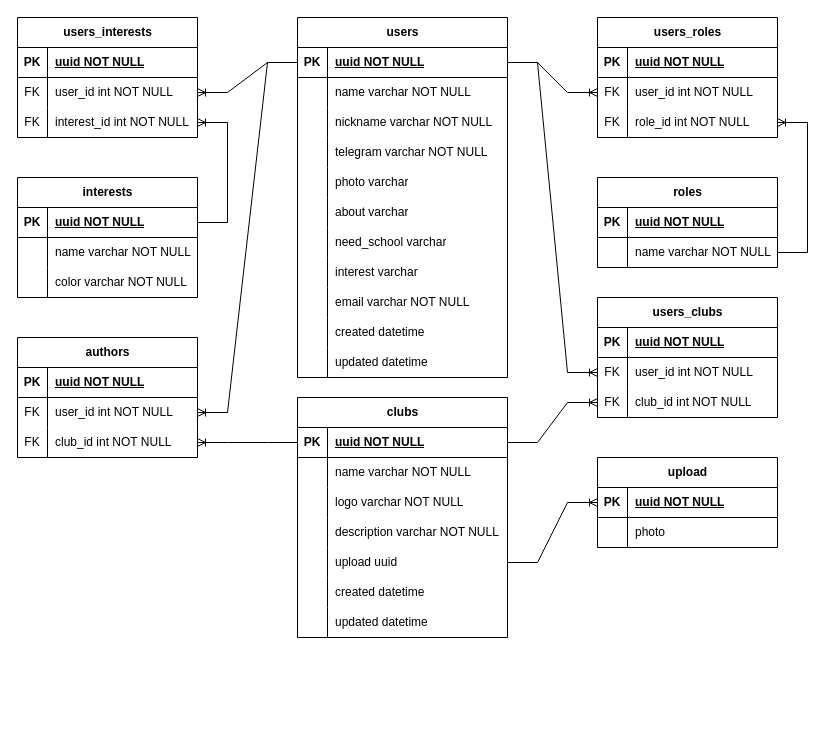
Before: Диаграмма без названия.drawio in mrsemyon/clubs, a draw.io diagram. Source tidied: cells renumbered, new cells numbered last; positions are measured from the earlier drawing's top-left corner, leaving out a move shared by most shapes. Both pictures are drawn from the tidied source at 100%, with x=0, y=0 at pixel (17, 17).
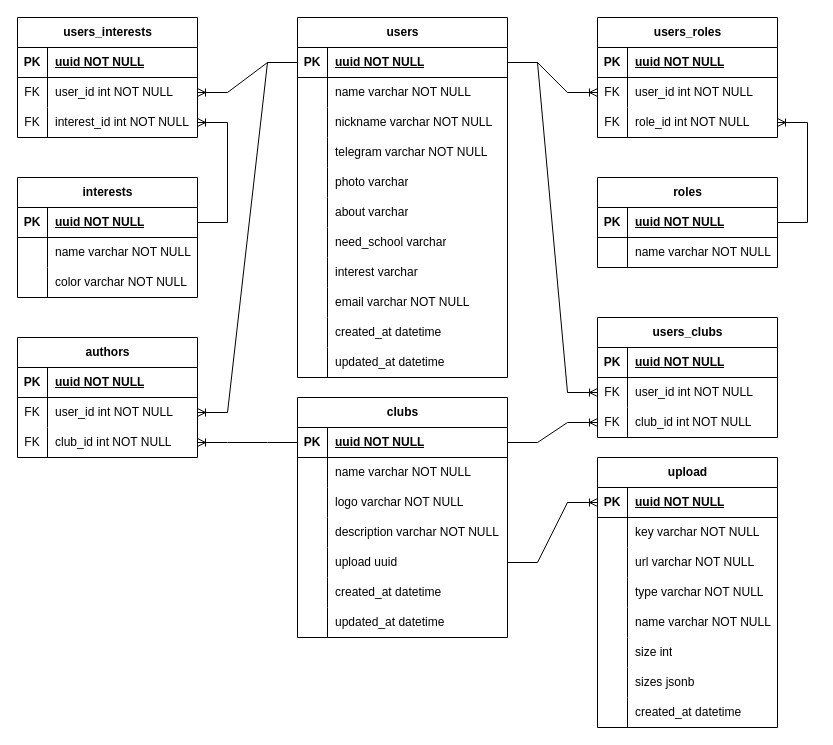
The same diagram, later.

Unchanged cells that the change refers to:
```xml
<mxCell id="30" style="shape=tableRow;horizontal=0;startSize=0;swimlaneHead=0;swimlaneBody=0;fillColor=none;top=0;left=0;right=0;bottom=0;" parent="2" vertex="1">
  <mxGeometry y="300" width="210" height="30" as="geometry" />
</mxCell>
<mxCell id="33" style="shape=tableRow;horizontal=0;startSize=0;swimlaneHead=0;swimlaneBody=0;fillColor=none;top=0;left=0;right=0;bottom=0;" parent="2" vertex="1">
  <mxGeometry y="330" width="210" height="30" as="geometry" />
</mxCell>
<mxCell id="52" style="shape=tableRow;horizontal=0;startSize=0;swimlaneHead=0;swimlaneBody=0;fillColor=none;top=0;left=0;right=0;bottom=0;" parent="36" vertex="1">
  <mxGeometry y="180" width="210" height="30" as="geometry" />
</mxCell>
<mxCell id="55" style="shape=tableRow;horizontal=0;startSize=0;swimlaneHead=0;swimlaneBody=0;fillColor=none;top=0;left=0;right=0;bottom=0;" parent="36" vertex="1">
  <mxGeometry y="210" width="210" height="30" as="geometry" />
</mxCell>
<mxCell id="86" style="shape=tableRow;horizontal=0;startSize=0;swimlaneHead=0;swimlaneBody=0;fillColor=none;top=0;left=0;right=0;bottom=0;" parent="82" vertex="1">
  <mxGeometry y="60" width="180" height="30" as="geometry" />
</mxCell>
<mxCell id="113" style="shape=tableRow;horizontal=0;startSize=0;swimlaneHead=0;swimlaneBody=0;fillColor=none;points=[[0,0.5],[1,0.5]];portConstraint=eastwest;top=0;left=0;right=0;bottom=1;" parent="112" vertex="1">
  <mxGeometry y="30" width="180" height="30" as="geometry" />
</mxCell>
<mxCell id="116" style="shape=tableRow;horizontal=0;startSize=0;swimlaneHead=0;swimlaneBody=0;fillColor=none;points=[[0,0.5],[1,0.5]];portConstraint=eastwest;top=0;left=0;right=0;bottom=0;" parent="112" vertex="1">
  <mxGeometry y="60" width="180" height="30" as="geometry" />
</mxCell>
<mxCell id="126" style="shape=tableRow;horizontal=0;startSize=0;swimlaneHead=0;swimlaneBody=0;fillColor=none;points=[[0,0.5],[1,0.5]];portConstraint=eastwest;top=0;left=0;right=0;bottom=0;" parent="119" vertex="1">
  <mxGeometry y="90" width="180" height="30" as="geometry" />
</mxCell>
```

What changed in the source:
```diff
@@
-    <mxCell id="32" value="created datetime" style="shape=partialRectangle;fillColor=none;top=0;left=0;bottom=0;right=0;align=left;spacingLeft=6;overflow=hidden;whiteSpace=wrap;html=1;" parent="30" vertex="1">
+    <mxCell id="32" value="created_at datetime" style="shape=partialRectangle;fillColor=none;top=0;left=0;bottom=0;right=0;align=left;spacingLeft=6;overflow=hidden;whiteSpace=wrap;html=1;" parent="30" vertex="1">
       <mxGeometry x="30" width="180" height="30" as="geometry" />
     </mxCell>
@@
-    <mxCell id="35" value="updated datetime" style="shape=partialRectangle;fillColor=none;top=0;left=0;bottom=0;right=0;align=left;spacingLeft=6;overflow=hidden;whiteSpace=wrap;html=1;" parent="33" vertex="1">
+    <mxCell id="35" value="updated_at datetime" style="shape=partialRectangle;fillColor=none;top=0;left=0;bottom=0;right=0;align=left;spacingLeft=6;overflow=hidden;whiteSpace=wrap;html=1;" parent="33" vertex="1">
       <mxGeometry x="30" width="180" height="30" as="geometry" />
     </mxCell>
@@
-    <mxCell id="54" value="created datetime" style="shape=partialRectangle;fillColor=none;top=0;left=0;bottom=0;right=0;align=left;spacingLeft=6;overflow=hidden;whiteSpace=wrap;html=1;" parent="52" vertex="1">
+    <mxCell id="54" value="created_at datetime" style="shape=partialRectangle;fillColor=none;top=0;left=0;bottom=0;right=0;align=left;spacingLeft=6;overflow=hidden;whiteSpace=wrap;html=1;" parent="52" vertex="1">
       <mxGeometry x="30" width="180" height="30" as="geometry" />
     </mxCell>
@@
-    <mxCell id="57" value="updated datetime" style="shape=partialRectangle;fillColor=none;top=0;left=0;bottom=0;right=0;align=left;spacingLeft=6;overflow=hidden;whiteSpace=wrap;html=1;" parent="55" vertex="1">
+    <mxCell id="57" value="updated_at datetime" style="shape=partialRectangle;fillColor=none;top=0;left=0;bottom=0;right=0;align=left;spacingLeft=6;overflow=hidden;whiteSpace=wrap;html=1;" parent="55" vertex="1">
       <mxGeometry x="30" width="180" height="30" as="geometry" />
     </mxCell>
     <mxCell id="58" value="users_clubs" style="shape=table;startSize=30;childLayout=tableLayout;rowLines=0;fontStyle=1;align=center;html=1;" parent="1" vertex="1">
-      <mxGeometry x="580" y="280" width="180" height="120" as="geometry" />
+      <mxGeometry x="580" y="300" width="180" height="120" as="geometry" />
     </mxCell>
@@
     <mxCell id="82" value="upload" style="shape=table;startSize=30;childLayout=tableLayout;rowLines=0;fontStyle=1;align=center;html=1;" parent="1" vertex="1">
-      <mxGeometry x="580" y="440" width="180" height="90" as="geometry" />
+      <mxGeometry x="580" y="440" width="180" height="270" as="geometry" />
     </mxCell>
@@
-    <mxCell id="88" value="photo" style="shape=partialRectangle;fillColor=none;top=0;left=0;bottom=0;right=0;align=left;spacingLeft=6;overflow=hidden;whiteSpace=wrap;html=1;" parent="86" vertex="1">
+    <mxCell id="88" value="key varchar NOT NULL" style="shape=partialRectangle;fillColor=none;top=0;left=0;bottom=0;right=0;align=left;spacingLeft=6;overflow=hidden;whiteSpace=wrap;html=1;" parent="86" vertex="1">
       <mxGeometry x="30" width="150" height="30" as="geometry" />
     </mxCell>
+    <mxCell id="131" style="shape=tableRow;horizontal=0;startSize=0;swimlaneHead=0;swimlaneBody=0;fillColor=none;top=0;left=0;right=0;bottom=0;" parent="82" vertex="1">
+      <mxGeometry y="90" width="180" height="30" as="geometry" />
+    </mxCell>
+    <mxCell id="132" style="shape=partialRectangle;fillColor=none;top=0;left=0;bottom=0;right=0;overflow=hidden;whiteSpace=wrap;html=1;" parent="131" vertex="1">
+      <mxGeometry width="30" height="30" as="geometry" />
+    </mxCell>
+    <mxCell id="133" value="url varchar NOT NULL" style="shape=partialRectangle;fillColor=none;top=0;left=0;bottom=0;right=0;align=left;spacingLeft=6;overflow=hidden;whiteSpace=wrap;html=1;" parent="131" vertex="1">
+      <mxGeometry x="30" width="150" height="30" as="geometry" />
+    </mxCell>
+    <mxCell id="134" style="shape=tableRow;horizontal=0;startSize=0;swimlaneHead=0;swimlaneBody=0;fillColor=none;top=0;left=0;right=0;bottom=0;" parent="82" vertex="1">
+      <mxGeometry y="120" width="180" height="30" as="geometry" />
+    </mxCell>
+    <mxCell id="135" style="shape=partialRectangle;fillColor=none;top=0;left=0;bottom=0;right=0;overflow=hidden;whiteSpace=wrap;html=1;" parent="134" vertex="1">
+      <mxGeometry width="30" height="30" as="geometry" />
+    </mxCell>
+    <mxCell id="136" value="type varchar NOT NULL" style="shape=partialRectangle;fillColor=none;top=0;left=0;bottom=0;right=0;align=left;spacingLeft=6;overflow=hidden;whiteSpace=wrap;html=1;" parent="134" vertex="1">
+      <mxGeometry x="30" width="150" height="30" as="geometry" />
+    </mxCell>
+    <mxCell id="137" style="shape=tableRow;horizontal=0;startSize=0;swimlaneHead=0;swimlaneBody=0;fillColor=none;top=0;left=0;right=0;bottom=0;" parent="82" vertex="1">
+      <mxGeometry y="150" width="180" height="30" as="geometry" />
+    </mxCell>
+    <mxCell id="138" style="shape=partialRectangle;fillColor=none;top=0;left=0;bottom=0;right=0;overflow=hidden;whiteSpace=wrap;html=1;" parent="137" vertex="1">
+      <mxGeometry width="30" height="30" as="geometry" />
+    </mxCell>
+    <mxCell id="139" value="name varchar NOT NULL" style="shape=partialRectangle;fillColor=none;top=0;left=0;bottom=0;right=0;align=left;spacingLeft=6;overflow=hidden;whiteSpace=wrap;html=1;" parent="137" vertex="1">
+      <mxGeometry x="30" width="150" height="30" as="geometry" />
+    </mxCell>
+    <mxCell id="140" style="shape=tableRow;horizontal=0;startSize=0;swimlaneHead=0;swimlaneBody=0;fillColor=none;top=0;left=0;right=0;bottom=0;" parent="82" vertex="1">
+      <mxGeometry y="180" width="180" height="30" as="geometry" />
+    </mxCell>
+    <mxCell id="141" style="shape=partialRectangle;fillColor=none;top=0;left=0;bottom=0;right=0;overflow=hidden;whiteSpace=wrap;html=1;" parent="140" vertex="1">
+      <mxGeometry width="30" height="30" as="geometry" />
+    </mxCell>
+    <mxCell id="142" value="size int" style="shape=partialRectangle;fillColor=none;top=0;left=0;bottom=0;right=0;align=left;spacingLeft=6;overflow=hidden;whiteSpace=wrap;html=1;" parent="140" vertex="1">
+      <mxGeometry x="30" width="150" height="30" as="geometry" />
+    </mxCell>
+    <mxCell id="143" style="shape=tableRow;horizontal=0;startSize=0;swimlaneHead=0;swimlaneBody=0;fillColor=none;top=0;left=0;right=0;bottom=0;" parent="82" vertex="1">
+      <mxGeometry y="210" width="180" height="30" as="geometry" />
+    </mxCell>
+    <mxCell id="144" style="shape=partialRectangle;fillColor=none;top=0;left=0;bottom=0;right=0;overflow=hidden;whiteSpace=wrap;html=1;" parent="143" vertex="1">
+      <mxGeometry width="30" height="30" as="geometry" />
+    </mxCell>
+    <mxCell id="145" value="sizes jsonb" style="shape=partialRectangle;fillColor=none;top=0;left=0;bottom=0;right=0;align=left;spacingLeft=6;overflow=hidden;whiteSpace=wrap;html=1;" parent="143" vertex="1">
+      <mxGeometry x="30" width="150" height="30" as="geometry" />
+    </mxCell>
+    <mxCell id="146" style="shape=tableRow;horizontal=0;startSize=0;swimlaneHead=0;swimlaneBody=0;fillColor=none;top=0;left=0;right=0;bottom=0;" parent="82" vertex="1">
+      <mxGeometry y="240" width="180" height="30" as="geometry" />
+    </mxCell>
+    <mxCell id="147" style="shape=partialRectangle;fillColor=none;top=0;left=0;bottom=0;right=0;overflow=hidden;whiteSpace=wrap;html=1;" parent="146" vertex="1">
+      <mxGeometry width="30" height="30" as="geometry" />
+    </mxCell>
+    <mxCell id="148" value="created_at datetime" style="shape=partialRectangle;fillColor=none;top=0;left=0;bottom=0;right=0;align=left;spacingLeft=6;overflow=hidden;whiteSpace=wrap;html=1;" parent="146" vertex="1">
+      <mxGeometry x="30" width="150" height="30" as="geometry" />
+    </mxCell>
@@
-    <mxCell id="130" style="edgeStyle=entityRelationEdgeStyle;fontSize=12;html=1;endArrow=ERoneToMany;rounded=0;" parent="1" edge="1" source="116" target="126">
+    <mxCell id="130" style="edgeStyle=entityRelationEdgeStyle;fontSize=12;html=1;endArrow=ERoneToMany;rounded=0;" parent="1" edge="1" source="113" target="126">
       <mxGeometry relative="1" as="geometry" />
     </mxCell>
```
